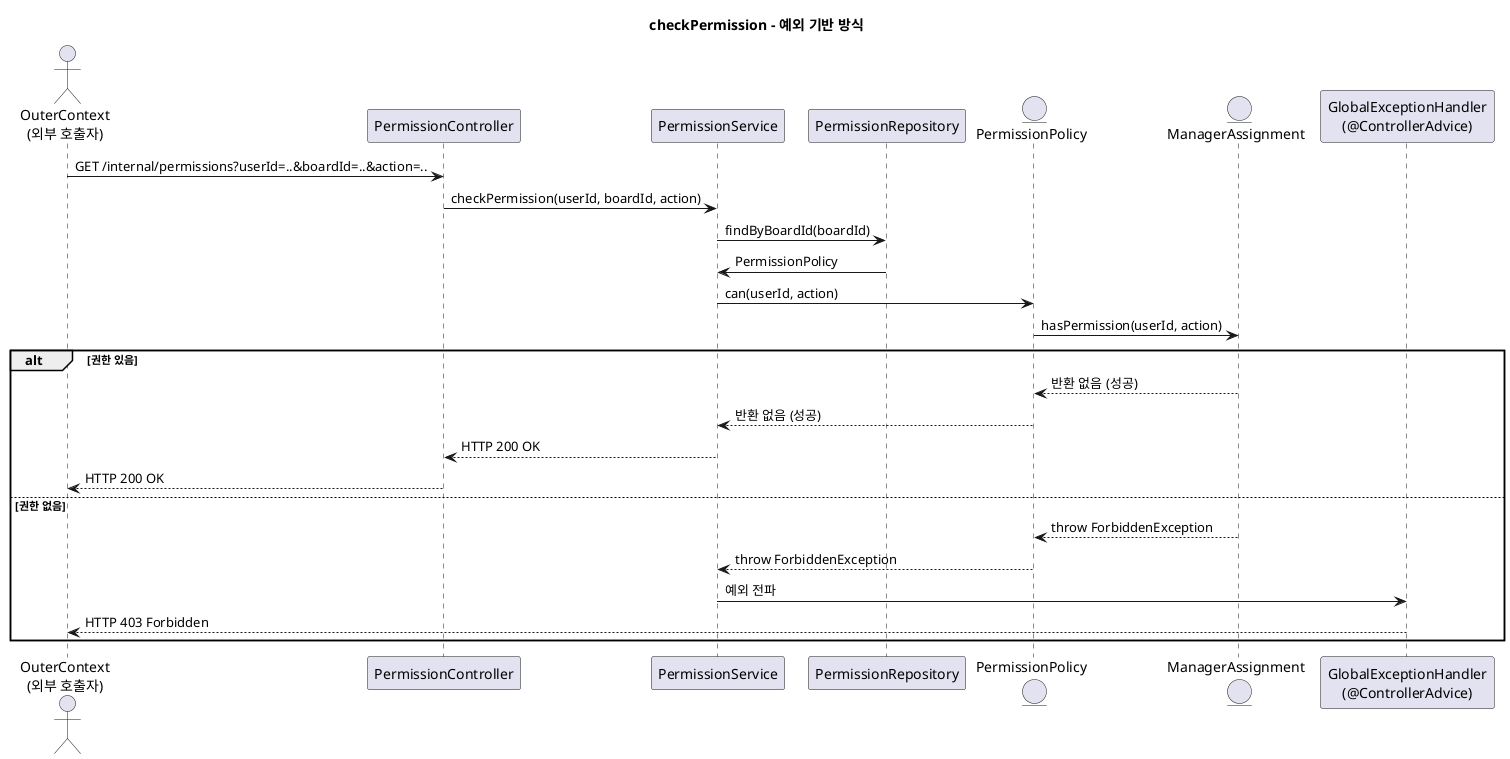
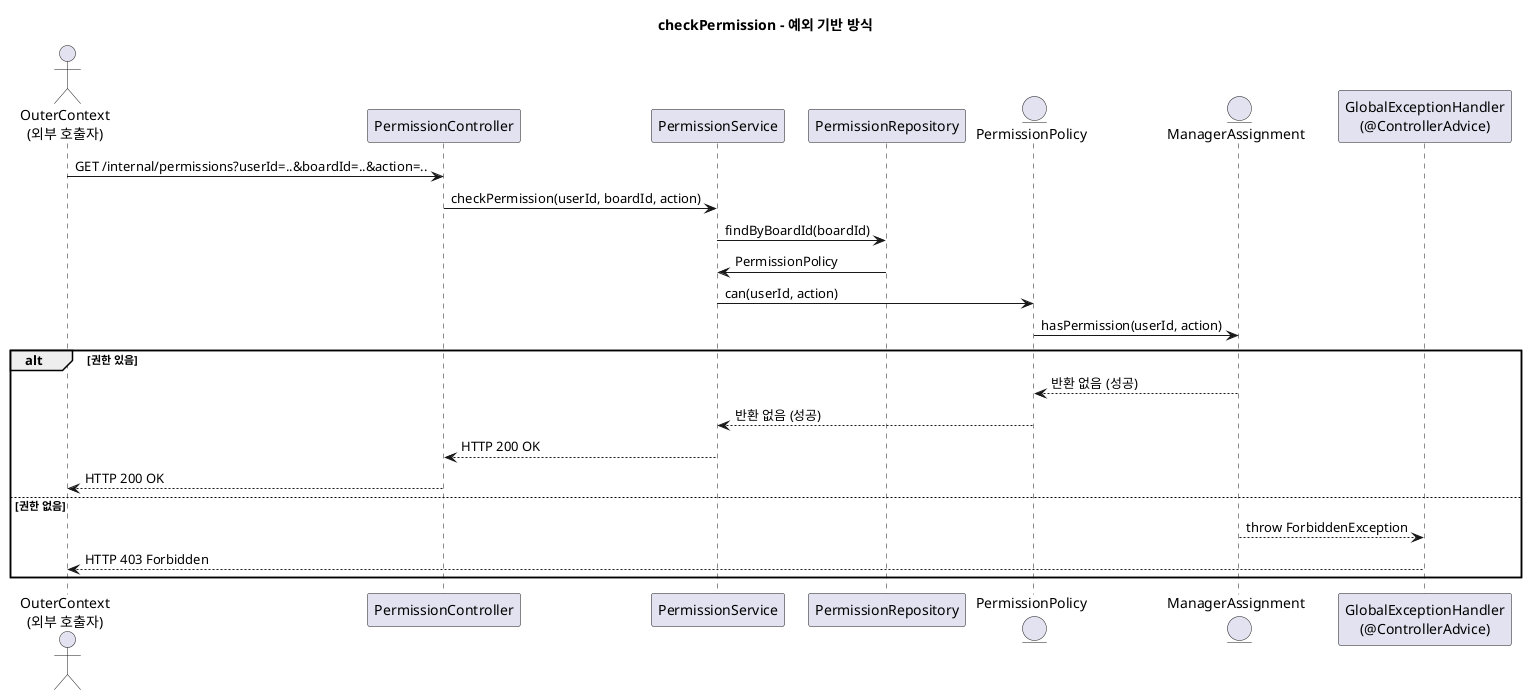
@startuml
title checkPermission - 예외 기반 방식

actor OuterContext as "OuterContext\n(외부 호출자)"
participant PermissionController
participant PermissionService
participant PermissionRepository
Entity PermissionPolicy
Entity ManagerAssignment
participant ExceptionHandler as "GlobalExceptionHandler\n(@ControllerAdvice)"

OuterContext -> PermissionController : GET /internal/permissions?userId=..&boardId=..&action=..
PermissionController -> PermissionService : checkPermission(userId, boardId, action)

PermissionService -> PermissionRepository : findByBoardId(boardId)
PermissionRepository -> PermissionService : PermissionPolicy
PermissionService -> PermissionPolicy : can(userId, action)
PermissionPolicy -> ManagerAssignment : hasPermission(userId, action)
alt 권한 있음
  ManagerAssignment --> PermissionPolicy : 반환 없음 (성공)
  PermissionPolicy --> PermissionService : 반환 없음 (성공)
  PermissionService --> PermissionController : HTTP 200 OK
  PermissionController --> OuterContext : HTTP 200 OK
else 권한 없음
-   ManagerAssignment --> PermissionPolicy : throw ForbiddenException
-   PermissionPolicy --> PermissionService : throw ForbiddenException
-   PermissionService -> ExceptionHandler : 예외 전파
+   ManagerAssignment --> ExceptionHandler : throw ForbiddenException
  ExceptionHandler --> OuterContext : HTTP 403 Forbidden
end

- @enduml
+ @enduml